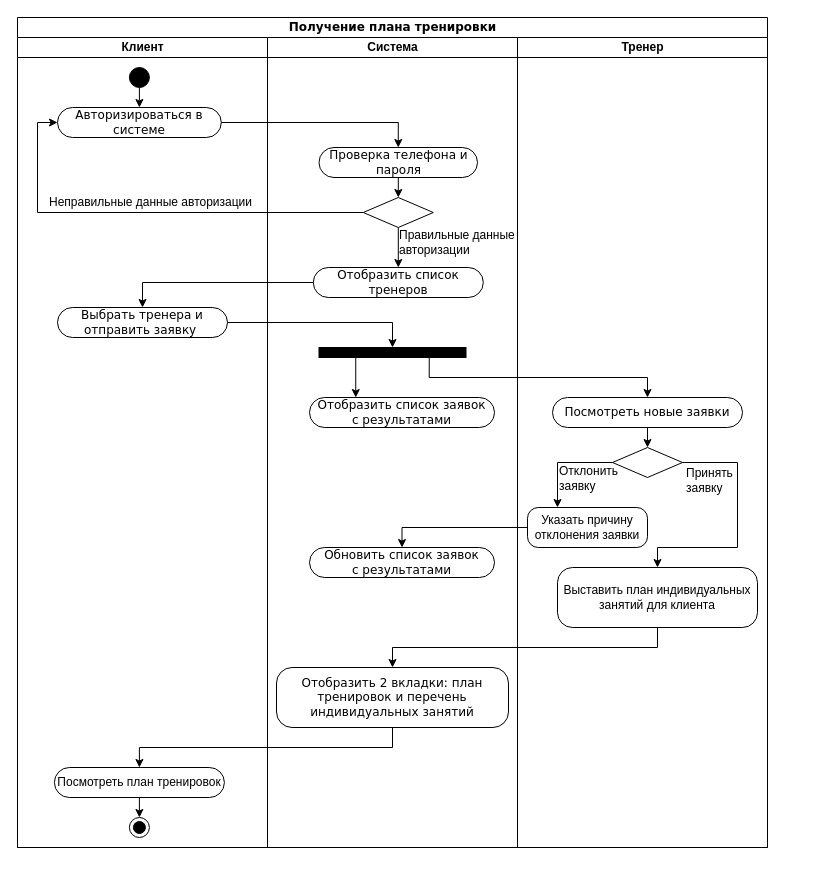
Above: UML/ДиаграммаДеятельности.drawio in OtterUnderwater/UP4Year (draw.io), before the change. Source tidied: cells renumbered, new cells numbered last; positions are measured from the earlier drawing's top-left corner, leaving out a move shared by most shapes. Both pictures are drawn from the tidied source at 100%, with x=0, y=0 at pixel (17, 17).
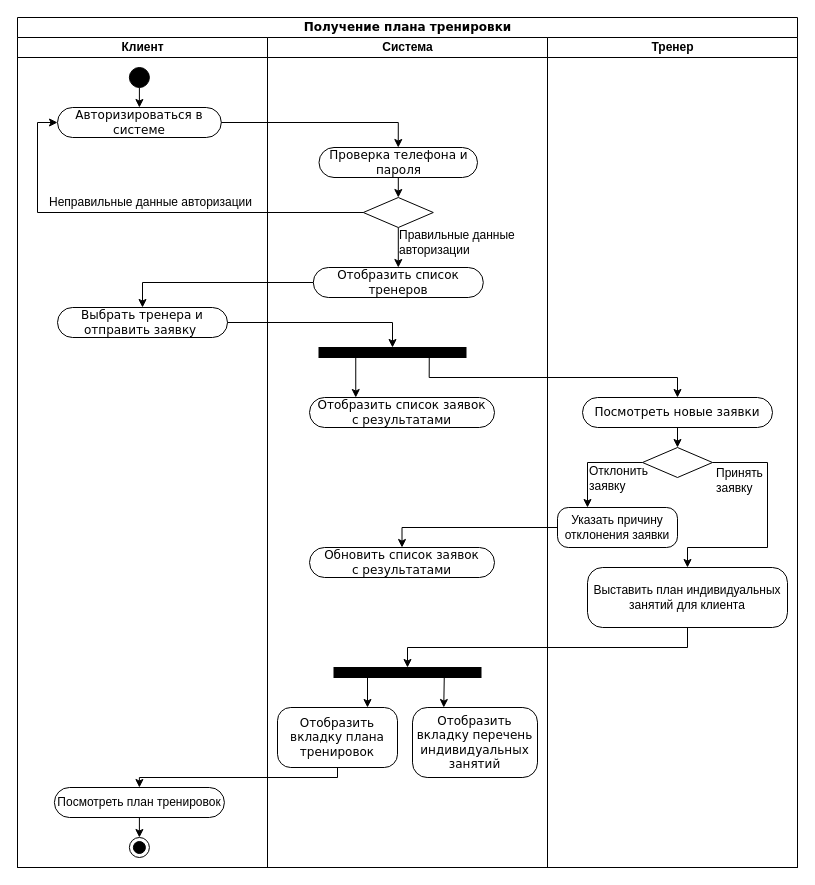
Above is the later version.

The change refers to these unchanged cells:
```xml
<mxCell id="37" value="&lt;span style=&quot;font-family: Helvetica;&quot;&gt;Выставить план&amp;nbsp;&lt;/span&gt;&lt;span style=&quot;color: light-dark(rgb(0, 0, 0), rgb(255, 255, 255)); font-family: Helvetica; background-color: transparent;&quot;&gt;индивидуальных занятий для клиента&lt;/span&gt;" style="rounded=1;whiteSpace=wrap;html=1;shadow=0;comic=0;labelBackgroundColor=none;strokeWidth=1;fontFamily=Verdana;fontSize=12;align=center;arcSize=25;" parent="30" vertex="1">
  <mxGeometry x="40" y="530" width="200" height="60" as="geometry" />
</mxCell>
```

What changed in the source:
```diff
@@
     <mxCell id="2" value="Получение плана тренировки" style="swimlane;html=1;startSize=20;rounded=0;shadow=0;comic=0;labelBackgroundColor=none;strokeWidth=1;fontFamily=Verdana;fontSize=12;align=center;" parent="1" vertex="1">
-      <mxGeometry width="750" height="830" as="geometry" />
+      <mxGeometry width="780" height="850" as="geometry" />
     </mxCell>
     <mxCell id="3" value="Клиент" style="swimlane;html=1;startSize=20;" parent="2" vertex="1">
-      <mxGeometry y="20" width="250" height="810" as="geometry" />
+      <mxGeometry y="20" width="250" height="830" as="geometry" />
     </mxCell>
@@
     <mxCell id="10" value="&lt;span style=&quot;font-family: Helvetica;&quot;&gt;Посмотреть план тренировок&lt;/span&gt;" style="rounded=1;whiteSpace=wrap;html=1;shadow=0;comic=0;labelBackgroundColor=none;strokeWidth=1;fontFamily=Verdana;fontSize=12;align=center;arcSize=50;" parent="3" vertex="1">
-      <mxGeometry x="36.9" y="730" width="170" height="30" as="geometry" />
+      <mxGeometry x="36.9" y="750" width="170" height="30" as="geometry" />
     </mxCell>
     <mxCell id="11" style="ellipse;html=1;shape=endState;fillColor=strokeColor;" parent="3" vertex="1">
-      <mxGeometry x="111.9" y="780" width="20" height="20" as="geometry" />
+      <mxGeometry x="111.9" y="800" width="20" height="20" as="geometry" />
     </mxCell>
     <mxCell id="12" value="Система" style="swimlane;html=1;startSize=20;" parent="2" vertex="1">
-      <mxGeometry x="250" y="20" width="250" height="810" as="geometry" />
+      <mxGeometry x="250" y="20" width="280" height="830" as="geometry" />
     </mxCell>
@@
-    <mxCell id="24" value="&lt;font face=&quot;Verdana&quot;&gt;Отобразить 2 вкладки: план тренировок и перечень&lt;/font&gt;&lt;div&gt;&lt;span style=&quot;text-align: justify; background-color: transparent; color: light-dark(rgb(0, 0, 0), rgb(255, 255, 255));&quot;&gt;&lt;font face=&quot;Verdana&quot; style=&quot;&quot;&gt;индивидуальных занятий&lt;/font&gt;&lt;/span&gt;&lt;/div&gt;" style="rounded=1;whiteSpace=wrap;html=1;shadow=0;comic=0;labelBackgroundColor=none;strokeWidth=1;fontFamily=Verdana;fontSize=12;align=center;arcSize=26;" parent="12" vertex="1">
-      <mxGeometry x="9" y="630" width="232" height="60" as="geometry" />
-    </mxCell>
+    <mxCell id="43" style="edgeStyle=orthogonalEdgeStyle;rounded=0;jettySize=auto;html=1;exitX=0.25;exitY=1;exitDx=0;exitDy=0;entryX=0.75;entryY=0;entryDx=0;entryDy=0;" parent="12" edge="1" source="45" target="46">
+      <mxGeometry relative="1" as="geometry" />
+    </mxCell>
+    <mxCell id="44" style="edgeStyle=orthogonalEdgeStyle;rounded=0;jettySize=auto;html=1;exitX=0.75;exitY=1;exitDx=0;exitDy=0;entryX=0.25;entryY=0;entryDx=0;entryDy=0;" parent="12" edge="1" source="45" target="47">
+      <mxGeometry relative="1" as="geometry" />
+    </mxCell>
+    <mxCell id="45" style="whiteSpace=wrap;html=1;rounded=0;shadow=0;comic=0;labelBackgroundColor=none;strokeWidth=1;fillColor=#000000;fontFamily=Verdana;fontSize=12;align=center;rotation=0;" parent="12" vertex="1">
+      <mxGeometry x="66.5" y="630" width="147" height="10" as="geometry" />
+    </mxCell>
+    <mxCell id="46" value="Отобразить вкладку плана тренировок" style="rounded=1;whiteSpace=wrap;html=1;shadow=0;comic=0;labelBackgroundColor=none;strokeWidth=1;fontFamily=Verdana;fontSize=12;align=center;arcSize=22;" parent="12" vertex="1">
+      <mxGeometry x="10" y="670" width="120" height="60" as="geometry" />
+    </mxCell>
+    <mxCell id="47" value="Отобразить вкладку&amp;nbsp;&lt;font face=&quot;Verdana&quot;&gt;перечень&lt;/font&gt;&lt;div&gt;&lt;span style=&quot;text-align: justify; background-color: transparent; color: light-dark(rgb(0, 0, 0), rgb(255, 255, 255));&quot;&gt;индивидуальных занятий&lt;/span&gt;&lt;/div&gt;" style="rounded=1;whiteSpace=wrap;html=1;shadow=0;comic=0;labelBackgroundColor=none;strokeWidth=1;fontFamily=Verdana;fontSize=12;align=center;arcSize=21;" parent="12" vertex="1">
+      <mxGeometry x="145" y="670" width="125" height="70" as="geometry" />
+    </mxCell>
@@
     <mxCell id="30" value="Тренер" style="swimlane;html=1;startSize=20;" parent="2" vertex="1">
-      <mxGeometry x="500" y="20" width="250" height="810" as="geometry" />
+      <mxGeometry x="530" y="20" width="250" height="830" as="geometry" />
     </mxCell>
@@
-    <mxCell id="41" style="edgeStyle=orthogonalEdgeStyle;rounded=0;jettySize=auto;html=1;exitX=0.5;exitY=1;exitDx=0;exitDy=0;entryX=0.5;entryY=0;entryDx=0;entryDy=0;" parent="2" edge="1" source="24" target="10">
-      <mxGeometry relative="1" as="geometry" />
-    </mxCell>
-    <mxCell id="42" style="edgeStyle=orthogonalEdgeStyle;rounded=0;jettySize=auto;html=1;entryX=0.5;entryY=0;entryDx=0;entryDy=0;" parent="2" edge="1" source="37" target="24">
-      <mxGeometry relative="1" as="geometry">
-        <Array as="points">
-          <mxPoint x="640" y="630" />
-          <mxPoint x="375" y="630" />
-        </Array>
-      </mxGeometry>
-    </mxCell>
+    <mxCell id="48" style="edgeStyle=orthogonalEdgeStyle;rounded=0;jettySize=auto;html=1;entryX=0.5;entryY=0;entryDx=0;entryDy=0;" parent="2" edge="1" source="46" target="10">
+      <mxGeometry relative="1" as="geometry">
+        <Array as="points">
+          <mxPoint x="320" y="760" />
+          <mxPoint x="122" y="760" />
+        </Array>
+      </mxGeometry>
+    </mxCell>
+    <mxCell id="49" style="edgeStyle=orthogonalEdgeStyle;rounded=0;jettySize=auto;html=1;exitX=0.5;exitY=1;exitDx=0;exitDy=0;entryX=0.5;entryY=0;entryDx=0;entryDy=0;" parent="2" edge="1" source="37" target="45">
+      <mxGeometry relative="1" as="geometry" />
+    </mxCell>
```
